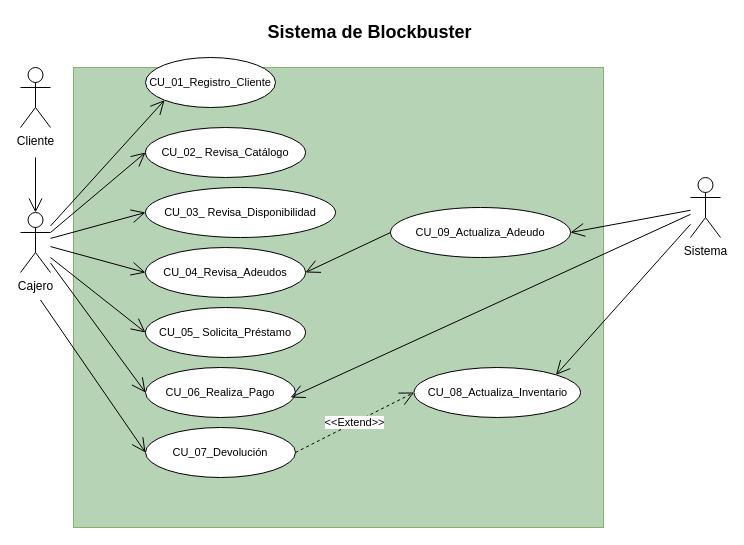
Above: page "Página-1" (1 of 8) of Casos de uso Blockbuster.drawio in andreamorenom/Laboratorio-Empresarial (draw.io), before the change. Source tidied: cells renumbered, new cells numbered last; positions are measured from the earlier drawing's top-left corner, leaving out a move shared by most shapes. Both pictures are drawn from the tidied source at 100%, with x=0, y=0 at pixel (20, 17).
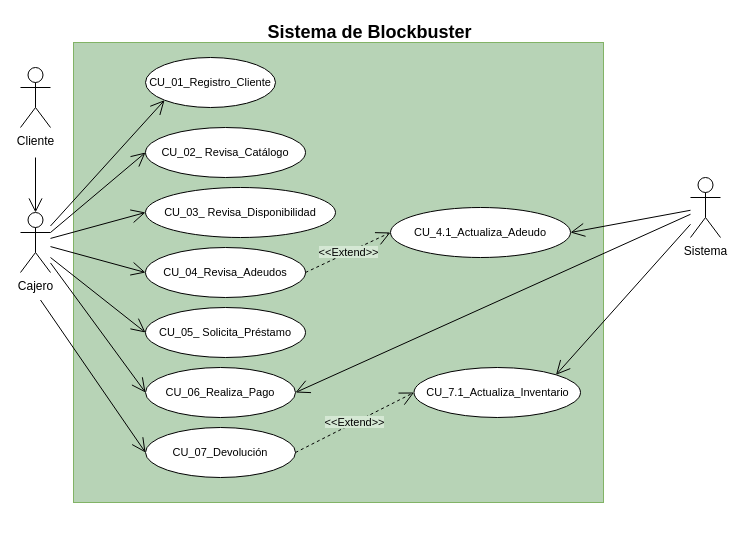
The same diagram, later.

Unchanged cells that the change refers to:
```xml
<mxCell id="9" value="&lt;font style=&quot;font-size: 11px;&quot;&gt;CU_04_Revisa_Adeudos&lt;/font&gt;" style="ellipse;whiteSpace=wrap;html=1;" parent="1" vertex="1">
  <mxGeometry x="125" y="230" width="160" height="50" as="geometry" />
</mxCell>
<mxCell id="10" value="&lt;font style=&quot;font-size: 11px;&quot;&gt;CU_06_Realiza_Pago&lt;/font&gt;" style="ellipse;whiteSpace=wrap;html=1;" parent="1" vertex="1">
  <mxGeometry x="125" y="350" width="150" height="50" as="geometry" />
</mxCell>
<mxCell id="11" value="&lt;font style=&quot;font-size: 11px;&quot;&gt;CU_07_Devolución&lt;/font&gt;" style="ellipse;whiteSpace=wrap;html=1;" parent="1" vertex="1">
  <mxGeometry x="125" y="410" width="150" height="50" as="geometry" />
</mxCell>
<mxCell id="21" value="Sistema" style="shape=umlActor;verticalLabelPosition=bottom;verticalAlign=top;html=1;outlineConnect=0;" parent="1" vertex="1">
  <mxGeometry x="670" y="160" width="30" height="60" as="geometry" />
</mxCell>
```

The edit, as a diff of the source:
```diff
@@
     <mxCell id="3" style="rounded=0;whiteSpace=wrap;html=1;fillColor=light-dark(#b7d3b6, #1f2f1e);strokeColor=#82b366;" parent="1" vertex="1">
-      <mxGeometry x="53" y="50" width="530" height="460" as="geometry" />
+      <mxGeometry x="53" y="25" width="530" height="460" as="geometry" />
     </mxCell>
@@
-    <mxCell id="12" value="&lt;font style=&quot;font-size: 11px;&quot;&gt;CU_09_Actualiza_Adeudo&lt;/font&gt;" style="ellipse;whiteSpace=wrap;html=1;" parent="1" vertex="1">
+    <mxCell id="12" value="&lt;font style=&quot;font-size: 11px;&quot;&gt;CU_4.1_Actualiza_Adeudo&lt;/font&gt;" style="ellipse;whiteSpace=wrap;html=1;" parent="1" vertex="1">
       <mxGeometry x="370" y="190" width="180" height="50" as="geometry" />
     </mxCell>
-    <mxCell id="13" value="&lt;font style=&quot;font-size: 11px;&quot;&gt;CU_08_Actualiza_Inventario&lt;/font&gt;" style="ellipse;whiteSpace=wrap;html=1;" parent="1" vertex="1">
+    <mxCell id="13" value="&lt;font style=&quot;font-size: 11px;&quot;&gt;CU_7.1_Actualiza_Inventario&lt;/font&gt;" style="ellipse;whiteSpace=wrap;html=1;" parent="1" vertex="1">
       <mxGeometry x="393.5" y="350" width="166.5" height="50" as="geometry" />
     </mxCell>
@@
-    <mxCell id="24" value="&amp;lt;&amp;lt;Extend&amp;gt;&amp;gt;" style="endArrow=open;endSize=12;dashed=1;html=1;rounded=0;exitX=1;exitY=0.5;exitDx=0;exitDy=0;entryX=0;entryY=0.5;entryDx=0;entryDy=0;" parent="1" edge="1" source="11" target="13">
+    <mxCell id="24" value="&lt;span style=&quot;background-color: rgb(213, 232, 212);&quot;&gt;&amp;lt;&amp;lt;Extend&amp;gt;&amp;gt;&lt;/span&gt;" style="endArrow=open;endSize=12;dashed=1;html=1;rounded=0;exitX=1;exitY=0.5;exitDx=0;exitDy=0;entryX=0;entryY=0.5;entryDx=0;entryDy=0;labelBackgroundColor=none;" parent="1" edge="1" source="11" target="13">
       <mxGeometry relative="1" as="geometry" />
     </mxCell>
@@
-    <mxCell id="26" style="endArrow=open;endFill=1;endSize=12;html=1;rounded=0;entryX=1;entryY=0.5;entryDx=0;entryDy=0;exitX=0;exitY=0.5;exitDx=0;exitDy=0;" parent="1" edge="1" source="12" target="9">
-      <mxGeometry relative="1" as="geometry" />
-    </mxCell>
-    <mxCell id="27" style="endArrow=open;endFill=1;endSize=12;html=1;rounded=0;entryX=1;entryY=0;entryDx=0;entryDy=0;" parent="1" edge="1" source="21">
-      <mxGeometry relative="1" as="geometry">
-        <mxPoint x="270" y="380" as="targetPoint" />
-      </mxGeometry>
+    <mxCell id="27" style="endArrow=open;endFill=1;endSize=12;html=1;rounded=0;entryX=1;entryY=0.5;entryDx=0;entryDy=0;" parent="1" edge="1" source="21" target="10">
+      <mxGeometry relative="1" as="geometry" />
     </mxCell>
@@
+    <mxCell id="29" value="&lt;span style=&quot;background-color: rgb(213, 232, 212);&quot;&gt;&amp;lt;&amp;lt;Extend&amp;gt;&amp;gt;&lt;/span&gt;" style="endArrow=open;endSize=12;dashed=1;html=1;rounded=0;exitX=1;exitY=0.5;exitDx=0;exitDy=0;entryX=0;entryY=0.5;entryDx=0;entryDy=0;labelBackgroundColor=none;" parent="1" edge="1" source="9" target="12">
+      <mxGeometry x="-0.01" relative="1" as="geometry" />
+    </mxCell>
```
